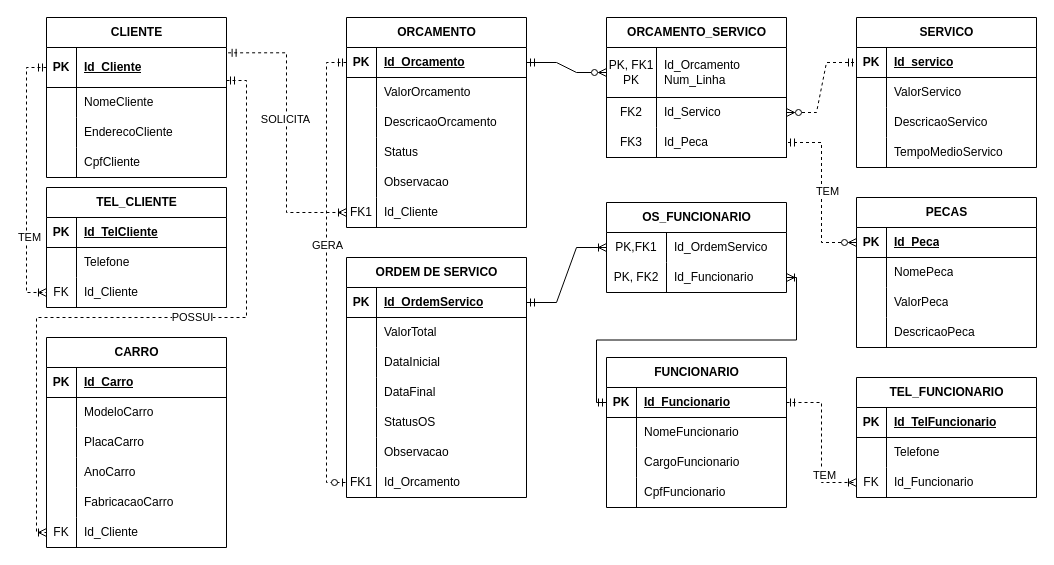
Above: Conceitual_AMCamillo.drawio in VyttorRamos/BDDIFSPCJO (draw.io), before the change. Source tidied: cells renumbered, new cells numbered last; positions are measured from the earlier drawing's top-left corner, leaving out a move shared by most shapes. Both pictures are drawn from the tidied source at 100%, with x=0, y=0 at pixel (26, 17).
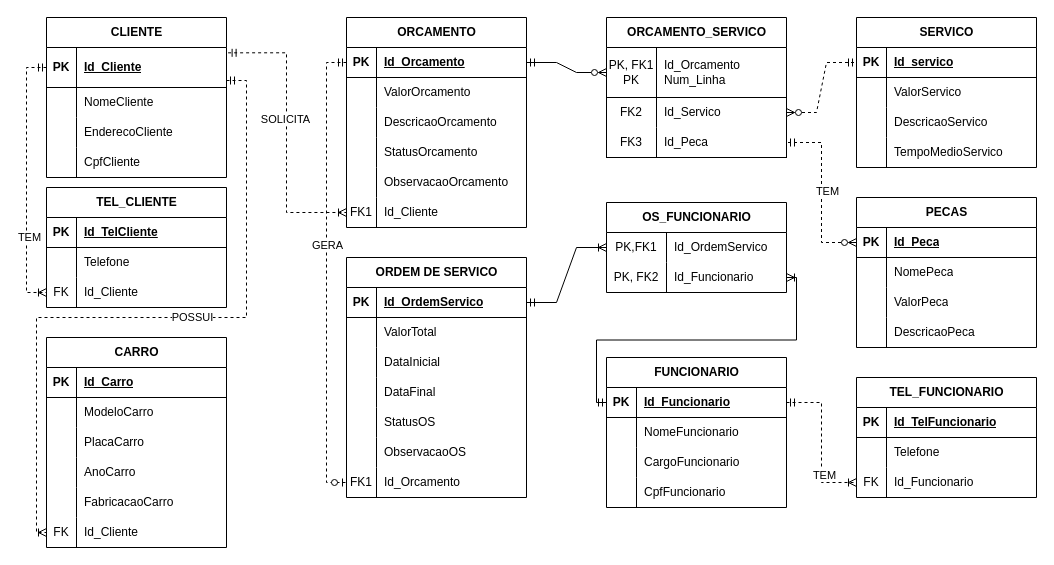
Above is the later version.

The change refers to these unchanged cells:
```xml
<mxCell id="44" style="shape=tableRow;horizontal=0;startSize=0;swimlaneHead=0;swimlaneBody=0;fillColor=none;top=0;left=0;right=0;bottom=0;" parent="34" vertex="1">
  <mxGeometry y="120" width="180" height="30" as="geometry" />
</mxCell>
<mxCell id="47" style="shape=tableRow;horizontal=0;startSize=0;swimlaneHead=0;swimlaneBody=0;fillColor=none;top=0;left=0;right=0;bottom=0;" parent="34" vertex="1">
  <mxGeometry y="150" width="180" height="30" as="geometry" />
</mxCell>
<mxCell id="82" style="shape=tableRow;horizontal=0;startSize=0;swimlaneHead=0;swimlaneBody=0;fillColor=none;top=0;left=0;right=0;bottom=0;" parent="66" vertex="1">
  <mxGeometry y="180" width="180" height="30" as="geometry" />
</mxCell>
```

The edit, as a diff of the source:
```diff
@@
-    <mxCell id="46" value="Status" style="shape=partialRectangle;fillColor=none;top=0;left=0;bottom=0;right=0;align=left;spacingLeft=6;overflow=hidden;whiteSpace=wrap;html=1;" parent="44" vertex="1">
+    <mxCell id="46" value="StatusOrcamento" style="shape=partialRectangle;fillColor=none;top=0;left=0;bottom=0;right=0;align=left;spacingLeft=6;overflow=hidden;whiteSpace=wrap;html=1;" parent="44" vertex="1">
       <mxGeometry x="30" width="150" height="30" as="geometry" />
     </mxCell>
@@
-    <mxCell id="49" value="Observacao" style="shape=partialRectangle;fillColor=none;top=0;left=0;bottom=0;right=0;align=left;spacingLeft=6;overflow=hidden;whiteSpace=wrap;html=1;" parent="47" vertex="1">
+    <mxCell id="49" value="ObservacaoOrcamento" style="shape=partialRectangle;fillColor=none;top=0;left=0;bottom=0;right=0;align=left;spacingLeft=6;overflow=hidden;whiteSpace=wrap;html=1;" parent="47" vertex="1">
       <mxGeometry x="30" width="150" height="30" as="geometry" />
     </mxCell>
@@
-    <mxCell id="84" value="Observacao" style="shape=partialRectangle;fillColor=none;top=0;left=0;bottom=0;right=0;align=left;spacingLeft=6;overflow=hidden;whiteSpace=wrap;html=1;" parent="82" vertex="1">
+    <mxCell id="84" value="ObservacaoOS" style="shape=partialRectangle;fillColor=none;top=0;left=0;bottom=0;right=0;align=left;spacingLeft=6;overflow=hidden;whiteSpace=wrap;html=1;" parent="82" vertex="1">
       <mxGeometry x="30" width="150" height="30" as="geometry" />
     </mxCell>
```
